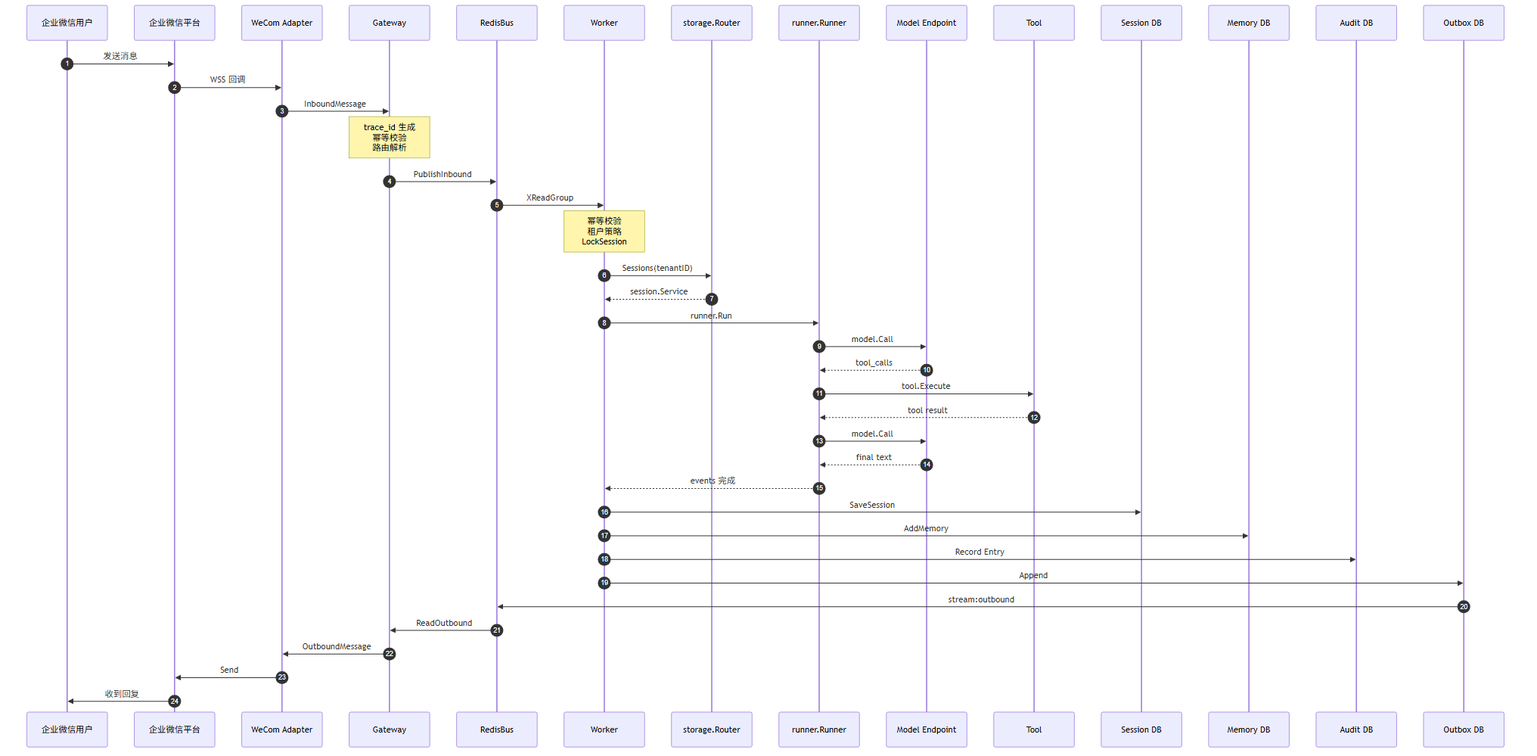
Before: docs/核心时序图.png, a diagram exported from Mermaid (liuzengh/trpc-agent-service). Its source is kept beside it as docs/核心时序图.mmd.
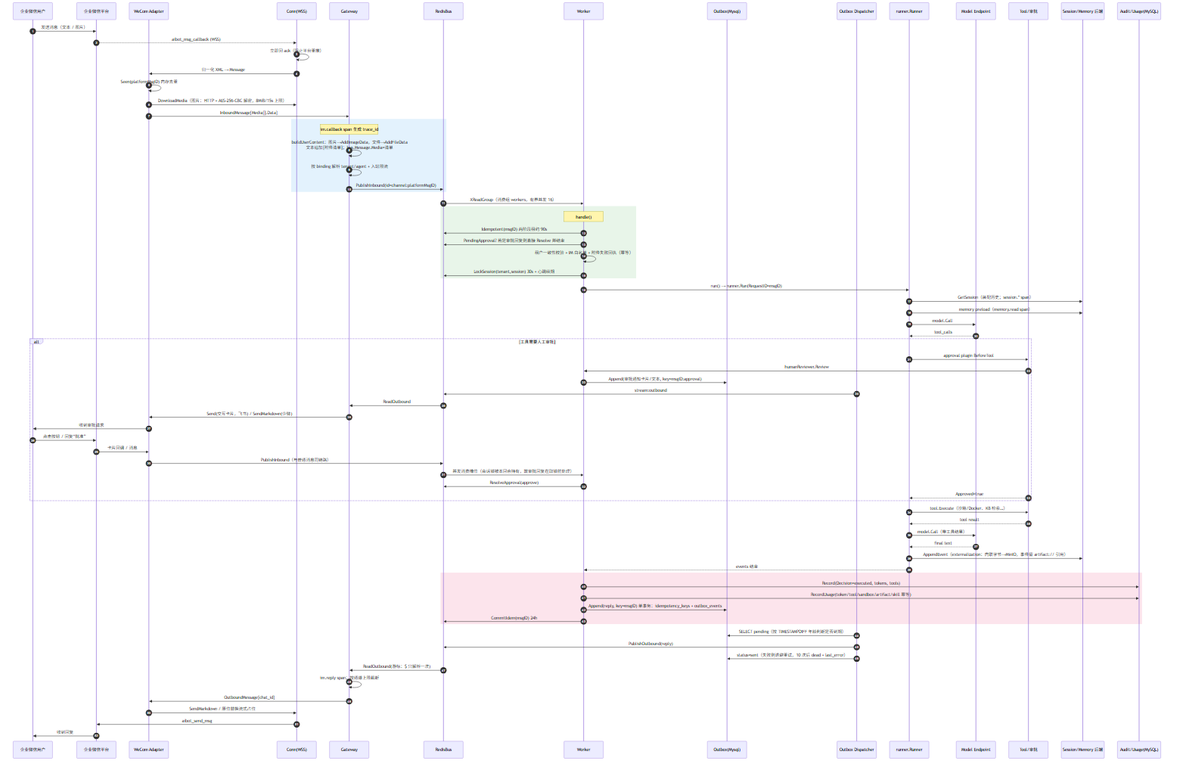
After the commit.

Change to the diagram source:
```diff
@@ -1,51 +1,84 @@
 sequenceDiagram
     autonumber
-    participant User as 企业微信用户
-    participant WX as 企业微信平台
-    participant Adapter as WeCom Adapter
-    participant GW as Gateway
-    participant BUS as RedisBus
-    participant WRK as Worker
-    participant Router as storage.Router
-    participant Runner as runner.Runner
-    participant LLM as Model Endpoint
-    participant Tool as Tool
-    participant Session as Session DB
-    participant Memory as Memory DB
-    participant Audit as Audit DB
-    participant Outbox as Outbox DB
+    participant U as 企业微信用户
+    participant P as 企业微信平台
+    participant A as WeCom Adapter
+    participant C as Conn(WSS)
+    participant G as Gateway
+    participant B as RedisBus
+    participant W as Worker
+    participant O as Outbox(Mysql)
+    participant D as Outbox Dispatcher
+    participant R as runner.Runner
+    participant M as Model Endpoint
+    participant T as Tool/审批
+    participant S as Session/Memory 后端
+    participant AU as Audit/Usage(MySQL)
 
-    User->>WX: 发送消息
-    WX->>Adapter: WSS 回调
-    Adapter->>GW: InboundMessage
+    U->>P: 发送消息（文本 / 图片）
+    P-->>C: aibot_msg_callback (WSS)
+    C->>C: 立即回 ack（阻止平台重推）
+    C->>A: 归一化 XML → Message
+    A->>A: Seen(platformMsgID) 内存去重
+    A->>C: DownloadMedia（图片：HTTP + AES-256-CBC 解密，8MiB/15s 上限）
+    A->>G: InboundMessage{Media[].Data}
 
-    Note over GW: trace_id 生成<br/>幂等校验<br/>路由解析
-    GW->>BUS: PublishInbound
-    BUS->>WRK: XReadGroup
+    rect rgb(227, 242, 253)
+    Note over G: im.callback span 生成 trace_id
+    G->>G: buildUserContent：图片→AddImageData，文件→AddFileData<br/>文本追加[附件清单]；bus.Message.Media=清单
+    G->>G: 按 binding 解析 tenant/agent + 入站限流
+    G->>B: PublishInbound(id=channel:platformMsgID)
+    end
 
-    Note over WRK: 幂等校验<br/>租户策略<br/>LockSession
+    B->>W: XReadGroup（消费组 workers，有界并发 16）
+    rect rgb(232, 245, 233)
+    Note over W: handle()
+    W->>B: Idempotent(msgID) 两阶段租约 90s
+    W->>B: PendingApproval? 若是审批回复则直接 Resolve 并结束
+    W->>W: 租户一致性校验 + IM 白名单 + 附件失败回执（幂等）
+    W->>B: LockSession(tenant,session) 30s + 心跳续期
+    end
 
-    WRK->>Router: Sessions(tenantID)
-    Router-->>WRK: session.Service
+    W->>R: run() → runner.Run(RequestID=msgID)
+    R->>S: GetSession（装配历史；session.* span）
+    R->>S: memory preload（memory.read span）
+    R->>M: model.Call
+    M-->>R: tool_calls
+    alt 工具需要人工审批
+        R->>T: approval plugin BeforeTool
+        T->>W: humanReviewer.Review
+        W->>O: Append(审批通知卡片/文本, key=msgID:approval)
+        D->>B: stream:outbound
+        B->>G: ReadOutbound
+        G->>A: Send(交互卡片，飞书) / SendMarkdown(企微)
+        A->>U: 收到审批请求
+        U->>P: 点击按钮 / 回复“批准”
+        P->>A: 卡片回调 / 消息
+        A->>B: PublishInbound（与普通消息同链路）
+        B->>W: 并发消费槽位（会话锁被本回合持有，故审批回复在取锁前处理）
+        W->>B: ResolveApproval(approve)
+        T-->>R: Approved=true
+    end
+    R->>T: tool.Execute（沙箱/Docker、KB 检索…）
+    T-->>R: tool result
+    R->>M: model.Call（带工具结果）
+    M-->>R: final text
+    R->>S: AppendEvent（externalization：内联字节→MinIO，事件留 artifact:// 引用）
+    R-->>W: events 结束
 
-    WRK->>Runner: runner.Run
+    rect rgb(252, 228, 236)
+    W->>AU: Record(Decision=executed, tokens, tools)
+    W->>AU: RecordUsage(token/tool/sandbox/artifact/skill 幂等)
+    W->>O: Append(reply, key=msgID) 单事务：idempotency_keys + outbox_events
+    W->>B: CommitIdem(msgID) 24h
+    end
 
-    Runner->>LLM: model.Call
-    LLM-->>Runner: tool_calls
-    Runner->>Tool: tool.Execute
-    Tool-->>Runner: tool result
-    Runner->>LLM: model.Call
-    LLM-->>Runner: final text
-
-    Runner-->>WRK: events 完成
-
-    WRK->>Session: SaveSession
-    WRK->>Memory: AddMemory
-    WRK->>Audit: Record Entry
-    WRK->>Outbox: Append
-
-    Outbox->>BUS: stream:outbound
-    BUS->>GW: ReadOutbound
-    GW->>Adapter: OutboundMessage
-    Adapter->>WX: Send
-    WX->>User: 收到回复
+    D->>O: SELECT pending（按 TIMESTAMPDIFF 年龄判断是否到期）
+    D->>B: PublishOutbound(reply)
+    D->>O: status=sent（失败则退避重试，10 次后 dead + last_error）
+    B->>G: ReadOutbound(游标：$ 只解析一次)
+    G->>G: im.reply span；按通道上限截断
+    G->>A: OutboundMessage{chat_id}
+    A->>C: SendMarkdown / 原位替换流式占位
+    C->>P: aibot_send_msg
+    P->>U: 收到回复
```
